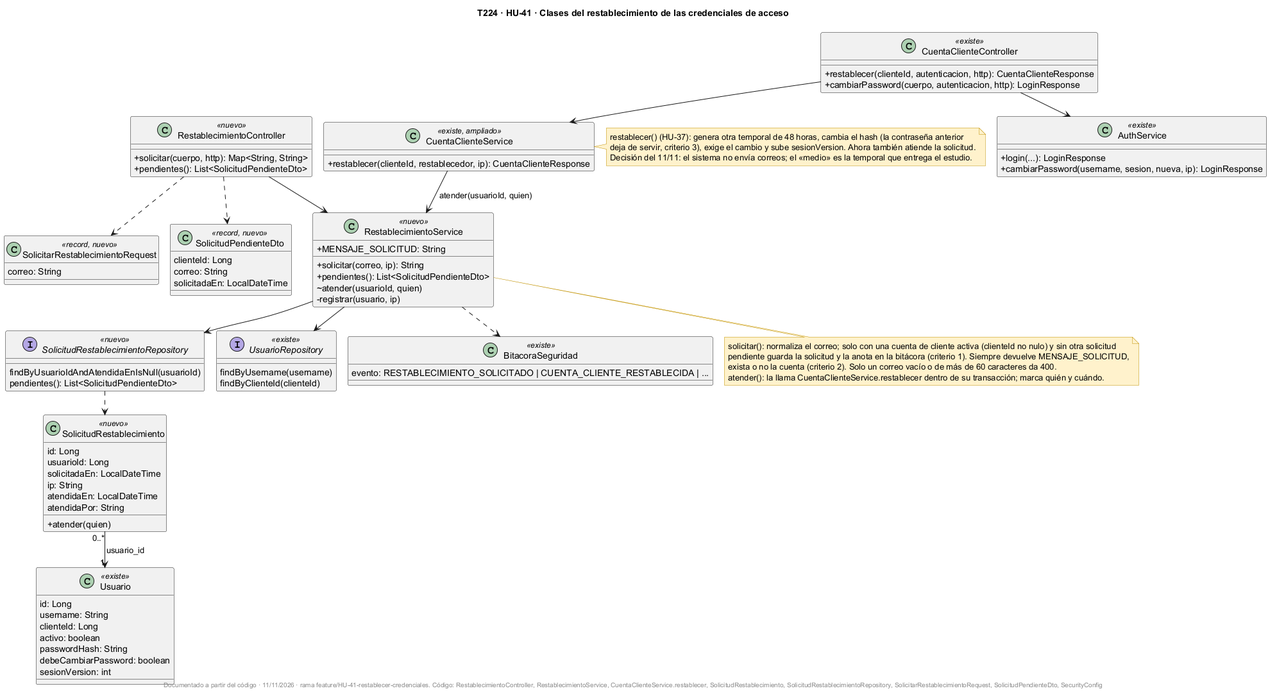
The PlantUML diagram docs/uml/img/T224-HU41-clases.png in fabianrodriguez33/plus-contable, before a commit. Source of this version:
```plantuml
@startuml
!pragma layout smetana
title T224 · HU-41 · Clases del restablecimiento de las credenciales de acceso
skinparam classAttributeIconSize 0
skinparam shadowing false
skinparam noteBackgroundColor #FFF2CC
skinparam noteBorderColor #BF9000

class RestablecimientoController <<nuevo>> {
  +solicitar(cuerpo, http): Map<String, String>
  +pendientes(): List<SolicitudPendienteDto>
}

class RestablecimientoService <<nuevo>> {
  +MENSAJE_SOLICITUD: String
  +solicitar(correo, ip): String
  +pendientes(): List<SolicitudPendienteDto>
  ~atender(usuarioId, quien)
  -registrar(usuario, ip)
}

class CuentaClienteController <<existe>> {
  +restablecer(clienteId, autenticacion, http): CuentaClienteResponse
  +cambiarPassword(cuerpo, autenticacion, http): LoginResponse
}

class CuentaClienteService <<existe, ampliado>> {
  +restablecer(clienteId, restablecedor, ip): CuentaClienteResponse
}

class AuthService <<existe>> {
  +login(...): LoginResponse
  +cambiarPassword(username, sesion, nueva, ip): LoginResponse
}

class SolicitudRestablecimiento <<nuevo>> {
  id: Long
  usuarioId: Long
  solicitadaEn: LocalDateTime
  ip: String
  atendidaEn: LocalDateTime
  atendidaPor: String
  +atender(quien)
}

class Usuario <<existe>> {
  id: Long
  username: String
  clienteId: Long
  activo: boolean
  passwordHash: String
  debeCambiarPassword: boolean
  sesionVersion: int
}

class SolicitarRestablecimientoRequest <<record, nuevo>> {
  correo: String
}

class SolicitudPendienteDto <<record, nuevo>> {
  clienteId: Long
  correo: String
  solicitadaEn: LocalDateTime
}

interface SolicitudRestablecimientoRepository <<nuevo>> {
  findByUsuarioIdAndAtendidaEnIsNull(usuarioId)
  pendientes(): List<SolicitudPendienteDto>
}

interface UsuarioRepository <<existe>> {
  findByUsername(username)
  findByClienteId(clienteId)
}

class BitacoraSeguridad <<existe>> {
  evento: RESTABLECIMIENTO_SOLICITADO | CUENTA_CLIENTE_RESTABLECIDA | ...
}

RestablecimientoController --> RestablecimientoService
RestablecimientoController ..> SolicitarRestablecimientoRequest
RestablecimientoController ..> SolicitudPendienteDto
RestablecimientoService --> UsuarioRepository
RestablecimientoService --> SolicitudRestablecimientoRepository
RestablecimientoService ..> BitacoraSeguridad
CuentaClienteController --> CuentaClienteService
CuentaClienteController --> AuthService
CuentaClienteService --> RestablecimientoService : atender(usuarioId, quien)
SolicitudRestablecimientoRepository ..> SolicitudRestablecimiento
SolicitudRestablecimiento "0..*" --> "1" Usuario : usuario_id

note bottom of RestablecimientoService
  solicitar(): normaliza el correo; solo con una cuenta de cliente activa (clienteId no nulo) y sin otra solicitud
  pendiente guarda la solicitud y la anota en la bitácora (criterio 1). Siempre devuelve MENSAJE_SOLICITUD,
  exista o no la cuenta (criterio 2). Solo un correo vacío o de más de 60 caracteres da 400.
  atender(): la llama CuentaClienteService.restablecer dentro de su transacción; marca quién y cuándo.
end note

note right of CuentaClienteService
  restablecer() (HU-37): genera otra temporal de 48 horas, cambia el hash (la contraseña anterior
  deja de servir, criterio 3), exige el cambio y sube sesionVersion. Ahora también atiende la solicitud.
  Decisión del 11/11: el sistema no envía correos; el «medio» es la temporal que entrega el estudio.
end note

footer Documentado a partir del código · 11/11/2026 · rama feature/HU-41-restablecer-credenciales. Código: RestablecimientoController, RestablecimientoService, CuentaClienteService.restablecer, SolicitudRestablecimiento, SolicitudRestablecimientoRepository, SolicitarRestablecimientoRequest, SolicitudPendienteDto, SecurityConfig
@enduml
```
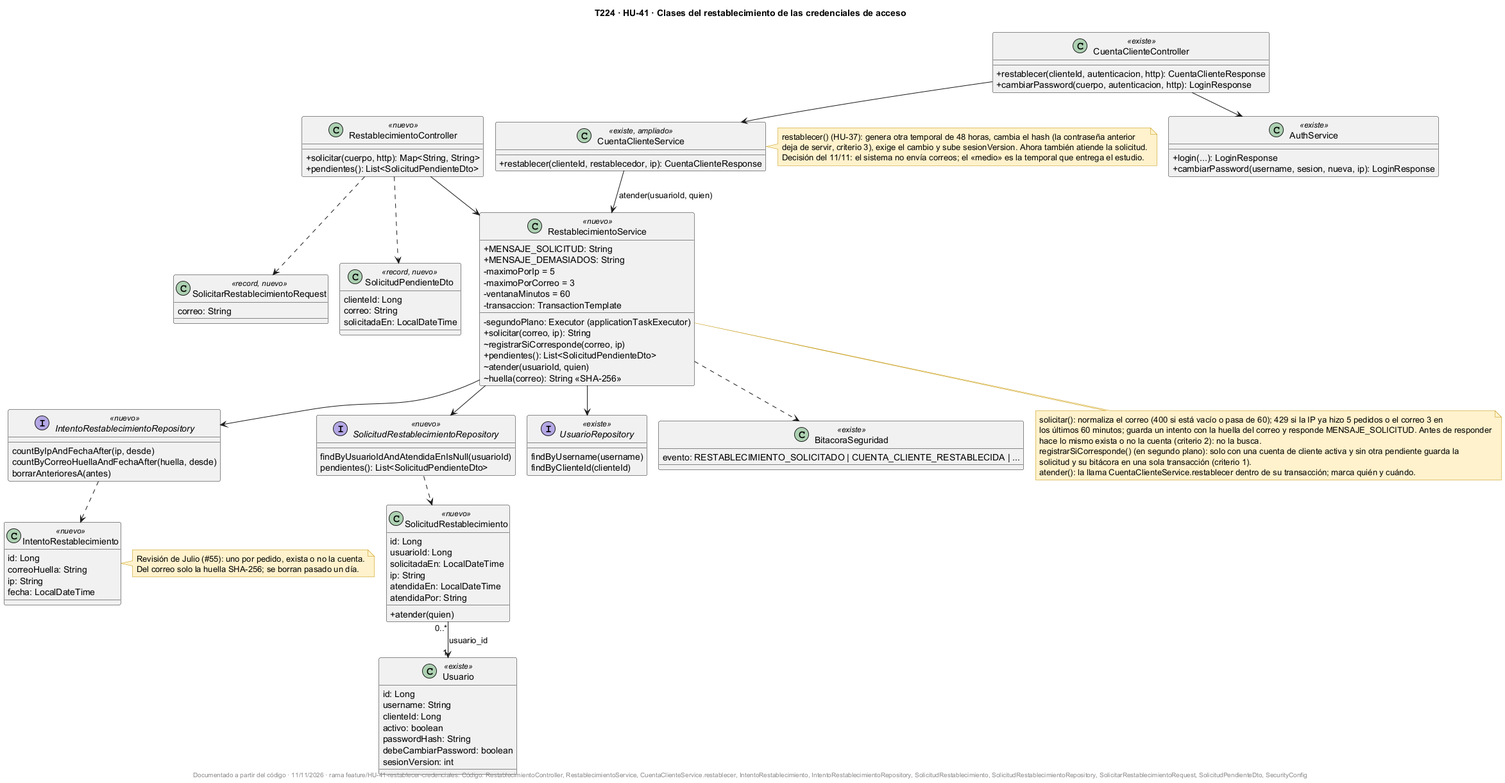
After the commit.

Commit message:
HU-41: diagramas de la tarea 224 con los límites, el intento por pedido, la búsqueda en segundo plano y la transacción

Change to the diagram source:
```diff
@@ -13,10 +13,30 @@
 
 class RestablecimientoService <<nuevo>> {
   +MENSAJE_SOLICITUD: String
+  +MENSAJE_DEMASIADOS: String
+  -maximoPorIp = 5
+  -maximoPorCorreo = 3
+  -ventanaMinutos = 60
+  -transaccion: TransactionTemplate
+  -segundoPlano: Executor (applicationTaskExecutor)
   +solicitar(correo, ip): String
+  ~registrarSiCorresponde(correo, ip)
   +pendientes(): List<SolicitudPendienteDto>
   ~atender(usuarioId, quien)
-  -registrar(usuario, ip)
+  ~huella(correo): String <<SHA-256>>
+}
+
+class IntentoRestablecimiento <<nuevo>> {
+  id: Long
+  correoHuella: String
+  ip: String
+  fecha: LocalDateTime
+}
+
+interface IntentoRestablecimientoRepository <<nuevo>> {
+  countByIpAndFechaAfter(ip, desde)
+  countByCorreoHuellaAndFechaAfter(huella, desde)
+  borrarAnterioresA(antes)
 }
 
 class CuentaClienteController <<existe>> {
@@ -82,6 +102,8 @@
 RestablecimientoController ..> SolicitudPendienteDto
 RestablecimientoService --> UsuarioRepository
 RestablecimientoService --> SolicitudRestablecimientoRepository
+RestablecimientoService --> IntentoRestablecimientoRepository
+IntentoRestablecimientoRepository ..> IntentoRestablecimiento
 RestablecimientoService ..> BitacoraSeguridad
 CuentaClienteController --> CuentaClienteService
 CuentaClienteController --> AuthService
@@ -90,10 +112,17 @@
 SolicitudRestablecimiento "0..*" --> "1" Usuario : usuario_id
 
 note bottom of RestablecimientoService
-  solicitar(): normaliza el correo; solo con una cuenta de cliente activa (clienteId no nulo) y sin otra solicitud
-  pendiente guarda la solicitud y la anota en la bitácora (criterio 1). Siempre devuelve MENSAJE_SOLICITUD,
-  exista o no la cuenta (criterio 2). Solo un correo vacío o de más de 60 caracteres da 400.
+  solicitar(): normaliza el correo (400 si está vacío o pasa de 60); 429 si la IP ya hizo 5 pedidos o el correo 3 en
+  los últimos 60 minutos; guarda un intento con la huella del correo y responde MENSAJE_SOLICITUD. Antes de responder
+  hace lo mismo exista o no la cuenta (criterio 2): no la busca.
+  registrarSiCorresponde() (en segundo plano): solo con una cuenta de cliente activa y sin otra pendiente guarda la
+  solicitud y su bitácora en una sola transacción (criterio 1).
   atender(): la llama CuentaClienteService.restablecer dentro de su transacción; marca quién y cuándo.
+end note
+
+note right of IntentoRestablecimiento
+  Revisión de Julio (#55): uno por pedido, exista o no la cuenta.
+  Del correo solo la huella SHA-256; se borran pasado un día.
 end note
 
 note right of CuentaClienteService
@@ -102,5 +131,5 @@
   Decisión del 11/11: el sistema no envía correos; el «medio» es la temporal que entrega el estudio.
 end note
 
-footer Documentado a partir del código · 11/11/2026 · rama feature/HU-41-restablecer-credenciales. Código: RestablecimientoController, RestablecimientoService, CuentaClienteService.restablecer, SolicitudRestablecimiento, SolicitudRestablecimientoRepository, SolicitarRestablecimientoRequest, SolicitudPendienteDto, SecurityConfig
+footer Documentado a partir del código · 11/11/2026 · rama feature/HU-41-restablecer-credenciales. Código: RestablecimientoController, RestablecimientoService, CuentaClienteService.restablecer, IntentoRestablecimiento, IntentoRestablecimientoRepository, SolicitudRestablecimiento, SolicitudRestablecimientoRepository, SolicitarRestablecimientoRequest, SolicitudPendienteDto, SecurityConfig
 @enduml
```
